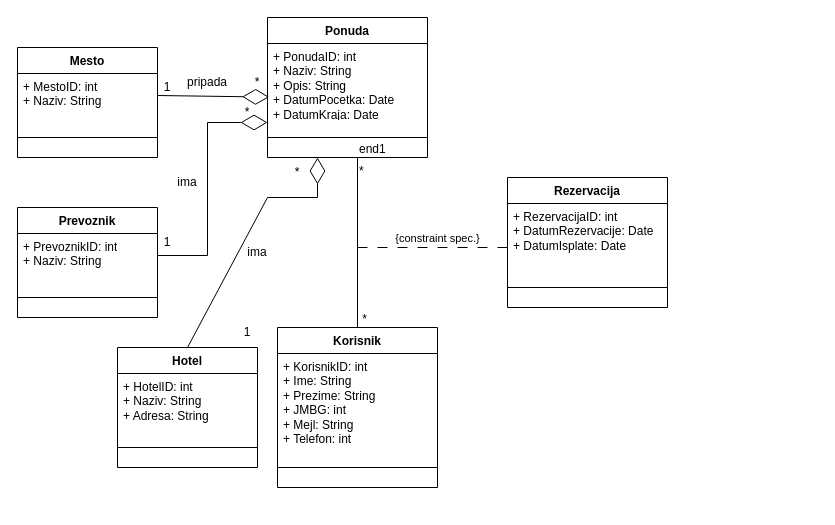
Before: Konceptualni_model.drawio in jancekk/agencija_turisticka, a draw.io diagram. Source tidied: cells renumbered, new cells numbered last; positions are measured from the earlier drawing's top-left corner, leaving out a move shared by most shapes. Both pictures are drawn from the tidied source at 100%, with x=0, y=0 at pixel (17, 17).
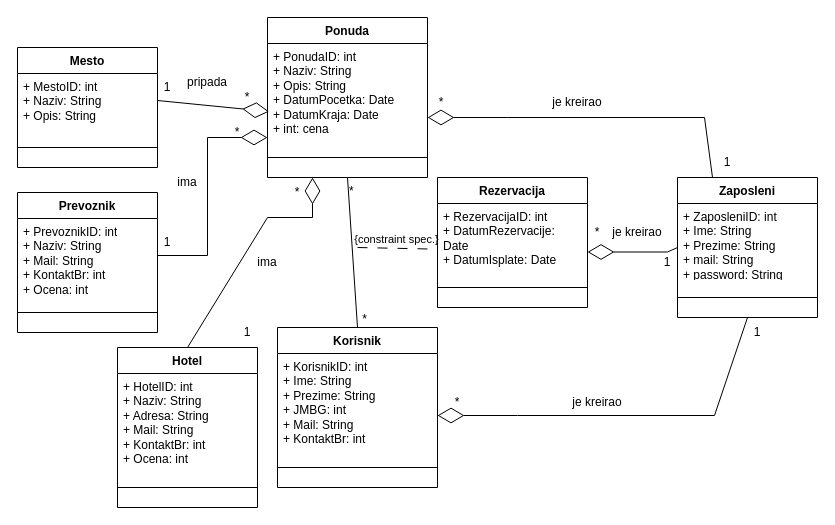
After the change.

Unchanged cells that the change refers to:
```xml
<mxCell id="26" value="Korisnik" style="swimlane;fontStyle=1;align=center;verticalAlign=top;horizontal=1;startSize=26;whiteSpace=wrap;html=1;" parent="1" vertex="1">
  <mxGeometry x="260" y="310" width="160" height="160" as="geometry" />
</mxCell>
```

Diff of the diagram source:
```diff
@@
     <mxCell id="2" value="Ponuda" style="swimlane;fontStyle=1;align=center;verticalAlign=top;horizontal=1;startSize=26;whiteSpace=wrap;html=1;" parent="1" vertex="1">
-      <mxGeometry x="250" width="160" height="140" as="geometry" />
+      <mxGeometry x="250" width="160" height="160" as="geometry" />
     </mxCell>
-    <mxCell id="3" value="+ PonudaID: int&lt;div&gt;+ Naziv: String&lt;/div&gt;&lt;div&gt;+ Opis: String&lt;/div&gt;&lt;div&gt;+ DatumPocetka: Date&lt;/div&gt;&lt;div&gt;+ DatumKraja: Date&lt;/div&gt;&lt;div&gt;&lt;br&gt;&lt;/div&gt;" style="text;strokeColor=none;fillColor=none;align=left;verticalAlign=top;spacingLeft=4;spacingRight=4;overflow=hidden;points=[[0,0.5],[1,0.5]];portConstraint=eastwest;whiteSpace=wrap;html=1;" parent="2" vertex="1">
-      <mxGeometry y="26" width="160" height="74" as="geometry" />
+    <mxCell id="3" value="+ PonudaID: int&lt;div&gt;+ Naziv: String&lt;/div&gt;&lt;div&gt;+ Opis: String&lt;/div&gt;&lt;div&gt;+ DatumPocetka: Date&lt;/div&gt;&lt;div&gt;+ DatumKraja: Date&lt;/div&gt;&lt;div&gt;+ int: cena&lt;/div&gt;&lt;div&gt;&lt;br&gt;&lt;/div&gt;" style="text;strokeColor=none;fillColor=none;align=left;verticalAlign=top;spacingLeft=4;spacingRight=4;overflow=hidden;points=[[0,0.5],[1,0.5]];portConstraint=eastwest;whiteSpace=wrap;html=1;" parent="2" vertex="1">
+      <mxGeometry y="26" width="160" height="94" as="geometry" />
     </mxCell>
     <mxCell id="4" style="line;strokeWidth=1;fillColor=none;align=left;verticalAlign=middle;spacingTop=-1;spacingLeft=3;spacingRight=3;labelPosition=right;strokeColor=inherit;" parent="2" vertex="1">
-      <mxGeometry y="100" width="160" height="40" as="geometry" />
+      <mxGeometry y="120" width="160" height="40" as="geometry" />
     </mxCell>
     <mxCell id="5" value="Mesto" style="swimlane;fontStyle=1;align=center;verticalAlign=top;horizontal=1;startSize=26;whiteSpace=wrap;html=1;" parent="1" vertex="1">
-      <mxGeometry y="30" width="140" height="110" as="geometry" />
+      <mxGeometry y="30" width="140" height="120" as="geometry" />
     </mxCell>
-    <mxCell id="6" value="+ MestoID: int&lt;div&gt;+ Naziv: String&lt;/div&gt;&lt;div&gt;&lt;br&gt;&lt;/div&gt;" style="text;strokeColor=none;fillColor=none;align=left;verticalAlign=top;spacingLeft=4;spacingRight=4;overflow=hidden;points=[[0,0.5],[1,0.5]];portConstraint=eastwest;whiteSpace=wrap;html=1;" parent="5" vertex="1">
-      <mxGeometry y="26" width="140" height="44" as="geometry" />
+    <mxCell id="6" value="+ MestoID: int&lt;div&gt;+ Naziv: String&lt;/div&gt;&lt;div&gt;+ Opis: String&lt;/div&gt;&lt;div&gt;&lt;br&gt;&lt;/div&gt;" style="text;strokeColor=none;fillColor=none;align=left;verticalAlign=top;spacingLeft=4;spacingRight=4;overflow=hidden;points=[[0,0.5],[1,0.5]];portConstraint=eastwest;whiteSpace=wrap;html=1;" parent="5" vertex="1">
+      <mxGeometry y="26" width="140" height="54" as="geometry" />
     </mxCell>
     <mxCell id="7" style="line;strokeWidth=1;fillColor=none;align=left;verticalAlign=middle;spacingTop=-1;spacingLeft=3;spacingRight=3;labelPosition=right;strokeColor=inherit;" parent="5" vertex="1">
-      <mxGeometry y="70" width="140" height="40" as="geometry" />
+      <mxGeometry y="80" width="140" height="40" as="geometry" />
     </mxCell>
@@
     <mxCell id="10" value="*" style="text;html=1;align=center;verticalAlign=middle;whiteSpace=wrap;rounded=0;" parent="1" vertex="1">
-      <mxGeometry x="210" y="50" width="60" height="30" as="geometry" />
+      <mxGeometry x="200" y="65" width="60" height="30" as="geometry" />
     </mxCell>
@@
     <mxCell id="12" value="Prevoznik" style="swimlane;fontStyle=1;align=center;verticalAlign=top;horizontal=1;startSize=26;whiteSpace=wrap;html=1;" parent="1" vertex="1">
-      <mxGeometry y="190" width="140" height="110" as="geometry" />
+      <mxGeometry y="175" width="140" height="140" as="geometry" />
     </mxCell>
-    <mxCell id="13" value="+ PrevoznikID: int&lt;div&gt;+ Naziv: String&lt;/div&gt;&lt;div&gt;&lt;br&gt;&lt;/div&gt;" style="text;strokeColor=none;fillColor=none;align=left;verticalAlign=top;spacingLeft=4;spacingRight=4;overflow=hidden;points=[[0,0.5],[1,0.5]];portConstraint=eastwest;whiteSpace=wrap;html=1;" parent="12" vertex="1">
-      <mxGeometry y="26" width="140" height="44" as="geometry" />
+    <mxCell id="13" value="+ PrevoznikID: int&lt;div&gt;+ Naziv: String&lt;/div&gt;&lt;div&gt;+ Mail: String&lt;/div&gt;&lt;div&gt;+ KontaktBr: int&lt;/div&gt;&lt;div&gt;+ Ocena: int&lt;/div&gt;&lt;div&gt;&lt;br&gt;&lt;/div&gt;" style="text;strokeColor=none;fillColor=none;align=left;verticalAlign=top;spacingLeft=4;spacingRight=4;overflow=hidden;points=[[0,0.5],[1,0.5]];portConstraint=eastwest;whiteSpace=wrap;html=1;" parent="12" vertex="1">
+      <mxGeometry y="26" width="140" height="74" as="geometry" />
     </mxCell>
     <mxCell id="14" style="line;strokeWidth=1;fillColor=none;align=left;verticalAlign=middle;spacingTop=-1;spacingLeft=3;spacingRight=3;labelPosition=right;strokeColor=inherit;" parent="12" vertex="1">
-      <mxGeometry y="70" width="140" height="40" as="geometry" />
+      <mxGeometry y="100" width="140" height="40" as="geometry" />
     </mxCell>
@@
     <mxCell id="17" value="*" style="text;html=1;align=center;verticalAlign=middle;whiteSpace=wrap;rounded=0;" parent="1" vertex="1">
-      <mxGeometry x="200" y="80" width="60" height="30" as="geometry" />
+      <mxGeometry x="190" y="100" width="60" height="30" as="geometry" />
     </mxCell>
@@
     <mxCell id="19" value="Hotel" style="swimlane;fontStyle=1;align=center;verticalAlign=top;horizontal=1;startSize=26;whiteSpace=wrap;html=1;" parent="1" vertex="1">
-      <mxGeometry x="100" y="330" width="140" height="120" as="geometry" />
+      <mxGeometry x="100" y="330" width="140" height="160" as="geometry" />
     </mxCell>
-    <mxCell id="20" value="+ HotelID: int&lt;div&gt;+ Naziv: String&lt;/div&gt;&lt;div&gt;+ Adresa: String&lt;/div&gt;&lt;div&gt;&lt;br&gt;&lt;/div&gt;" style="text;strokeColor=none;fillColor=none;align=left;verticalAlign=top;spacingLeft=4;spacingRight=4;overflow=hidden;whiteSpace=wrap;html=1;" parent="19" vertex="1">
-      <mxGeometry y="26" width="140" height="54" as="geometry" />
+    <mxCell id="20" value="+ HotelID: int&lt;div&gt;+ Naziv: String&lt;/div&gt;&lt;div&gt;+ Adresa: String&lt;/div&gt;&lt;div&gt;&lt;div&gt;+ Mail: String&lt;/div&gt;&lt;div&gt;+ KontaktBr: int&lt;/div&gt;&lt;div&gt;+ Ocena: int&lt;/div&gt;&lt;/div&gt;&lt;div&gt;&lt;br&gt;&lt;/div&gt;" style="text;strokeColor=none;fillColor=none;align=left;verticalAlign=top;spacingLeft=4;spacingRight=4;overflow=hidden;whiteSpace=wrap;html=1;" parent="19" vertex="1">
+      <mxGeometry y="26" width="140" height="94" as="geometry" />
     </mxCell>
     <mxCell id="21" style="line;strokeWidth=1;fillColor=none;align=left;verticalAlign=middle;spacingTop=-1;spacingLeft=3;spacingRight=3;labelPosition=right;strokeColor=inherit;" parent="19" vertex="1">
-      <mxGeometry y="80" width="140" height="40" as="geometry" />
+      <mxGeometry y="120" width="140" height="40" as="geometry" />
     </mxCell>
-    <mxCell id="22" style="endArrow=diamondThin;endFill=0;endSize=24;html=1;rounded=0;exitX=0.5;exitY=0;exitDx=0;exitDy=0;" parent="1" edge="1" source="19">
+    <mxCell id="22" style="endArrow=diamondThin;endFill=0;endSize=24;html=1;rounded=0;exitX=0.5;exitY=0;exitDx=0;exitDy=0;entryX=0.75;entryY=0;entryDx=0;entryDy=0;" parent="1" edge="1" source="19" target="25">
       <mxGeometry relative="1" as="geometry">
-        <mxPoint x="300" y="140" as="targetPoint" />
         <Array as="points">
-          <mxPoint x="250" y="180" />
-          <mxPoint x="300" y="180" />
+          <mxPoint x="250" y="200" />
+          <mxPoint x="295" y="200" />
         </Array>
       </mxGeometry>
     </mxCell>
     <mxCell id="23" value="ima" style="text;html=1;align=center;verticalAlign=middle;whiteSpace=wrap;rounded=0;" parent="1" vertex="1">
-      <mxGeometry x="210" y="220" width="60" height="30" as="geometry" />
+      <mxGeometry x="220" y="230" width="60" height="30" as="geometry" />
     </mxCell>
@@
     <mxCell id="25" value="*" style="text;html=1;align=center;verticalAlign=middle;whiteSpace=wrap;rounded=0;" parent="1" vertex="1">
-      <mxGeometry x="250" y="140" width="60" height="30" as="geometry" />
+      <mxGeometry x="250" y="160" width="60" height="30" as="geometry" />
     </mxCell>
@@
-    <mxCell id="27" value="+ KorisnikID: int&lt;div&gt;+ Ime: String&lt;/div&gt;&lt;div&gt;+ Prezime: String&lt;/div&gt;&lt;div&gt;+ JMBG: int&lt;/div&gt;&lt;div&gt;+ Mejl: String&lt;/div&gt;&lt;div&gt;+ Telefon: int&lt;/div&gt;&lt;div&gt;&lt;br&gt;&lt;/div&gt;" style="text;strokeColor=none;fillColor=none;align=left;verticalAlign=top;spacingLeft=4;spacingRight=4;overflow=hidden;whiteSpace=wrap;html=1;" parent="26" vertex="1">
+    <mxCell id="27" value="+ KorisnikID: int&lt;div&gt;+ Ime: String&lt;/div&gt;&lt;div&gt;+ Prezime: String&lt;/div&gt;&lt;div&gt;+ JMBG: int&lt;/div&gt;&lt;div&gt;+ Mail: String&lt;/div&gt;&lt;div&gt;+ KontaktBr: int&lt;/div&gt;&lt;div&gt;&lt;br&gt;&lt;/div&gt;" style="text;strokeColor=none;fillColor=none;align=left;verticalAlign=top;spacingLeft=4;spacingRight=4;overflow=hidden;whiteSpace=wrap;html=1;" parent="26" vertex="1">
       <mxGeometry y="26" width="160" height="94" as="geometry" />
     </mxCell>
@@
-    <mxCell id="29" style="endArrow=none;html=1;rounded=0;align=center;verticalAlign=top;endFill=0;labelBackgroundColor=none;entryX=0.5;entryY=0;entryDx=0;entryDy=0;" parent="1" edge="1" target="26">
-      <mxGeometry relative="1" as="geometry">
-        <mxPoint x="340" y="140" as="sourcePoint" />
-      </mxGeometry>
+    <mxCell id="29" style="endArrow=none;html=1;rounded=0;align=center;verticalAlign=top;endFill=0;labelBackgroundColor=none;entryX=0.5;entryY=0;entryDx=0;entryDy=0;exitX=0.5;exitY=1;exitDx=0;exitDy=0;" parent="1" edge="1" source="2" target="26">
+      <mxGeometry relative="1" as="geometry" />
     </mxCell>
-    <mxCell id="30" value="end1" style="html=1;align=left;verticalAlign=bottom;labelBackgroundColor=none;" parent="29" vertex="1">
-      <mxGeometry x="-1" relative="1" as="geometry" />
-    </mxCell>
@@
-    <mxCell id="33" value="{constraint spec.}" style="endArrow=none;startArrow=none;endFill=0;startFill=0;endSize=8;html=1;verticalAlign=bottom;dashed=1;labelBackgroundColor=none;dashPattern=10 10;rounded=0;" parent="1" edge="1">
+    <mxCell id="33" value="{constraint spec.}" style="endArrow=none;startArrow=none;endFill=0;startFill=0;endSize=8;html=1;verticalAlign=bottom;dashed=1;labelBackgroundColor=none;dashPattern=10 10;rounded=0;entryX=-0.012;entryY=0.713;entryDx=0;entryDy=0;entryPerimeter=0;" parent="1" edge="1" target="35">
       <mxGeometry relative="1" as="geometry">
         <mxPoint x="340" y="230" as="sourcePoint" />
-        <mxPoint x="500" y="230" as="targetPoint" />
       </mxGeometry>
     </mxCell>
     <mxCell id="34" value="Rezervacija" style="swimlane;fontStyle=1;align=center;verticalAlign=top;horizontal=1;startSize=26;whiteSpace=wrap;html=1;" parent="1" vertex="1">
-      <mxGeometry x="490" y="160" width="160" height="130" as="geometry" />
+      <mxGeometry x="420" y="160" width="150" height="130" as="geometry" />
     </mxCell>
     <mxCell id="35" value="+ RezervacijaID: int&lt;div&gt;+ DatumRezervacije: Date&lt;/div&gt;&lt;div&gt;+ DatumIsplate: Date&lt;/div&gt;&lt;div&gt;&lt;br&gt;&lt;/div&gt;" style="text;strokeColor=none;fillColor=none;align=left;verticalAlign=top;spacingLeft=4;spacingRight=4;overflow=hidden;points=[[0,0.5],[1,0.5]];portConstraint=eastwest;whiteSpace=wrap;html=1;" parent="34" vertex="1">
-      <mxGeometry y="26" width="160" height="64" as="geometry" />
+      <mxGeometry y="26" width="150" height="64" as="geometry" />
     </mxCell>
     <mxCell id="36" style="line;strokeWidth=1;fillColor=none;align=left;verticalAlign=middle;spacingTop=-1;spacingLeft=3;spacingRight=3;labelPosition=right;strokeColor=inherit;" parent="34" vertex="1">
-      <mxGeometry y="90" width="160" height="40" as="geometry" />
+      <mxGeometry y="90" width="150" height="40" as="geometry" />
     </mxCell>
+    <mxCell id="37" value="Zaposleni" style="swimlane;fontStyle=1;align=center;verticalAlign=top;horizontal=1;startSize=26;whiteSpace=wrap;html=1;" parent="1" vertex="1">
+      <mxGeometry x="660" y="160" width="140" height="140" as="geometry" />
+    </mxCell>
+    <mxCell id="38" value="+ ZaposleniID: int&lt;div&gt;+ Ime: String&lt;/div&gt;&lt;div&gt;+ Prezime: String&lt;br&gt;&lt;div&gt;+ mail: String&lt;/div&gt;&lt;div&gt;+ password: String&lt;/div&gt;&lt;div&gt;&lt;br&gt;&lt;/div&gt;&lt;/div&gt;" style="text;strokeColor=none;fillColor=none;align=left;verticalAlign=top;spacingLeft=4;spacingRight=4;overflow=hidden;points=[[0,0.5],[1,0.5]];portConstraint=eastwest;whiteSpace=wrap;html=1;" parent="37" vertex="1">
+      <mxGeometry y="26" width="140" height="74" as="geometry" />
+    </mxCell>
+    <mxCell id="39" style="line;strokeWidth=1;fillColor=none;align=left;verticalAlign=middle;spacingTop=-1;spacingLeft=3;spacingRight=3;labelPosition=right;strokeColor=inherit;" parent="37" vertex="1">
+      <mxGeometry y="100" width="140" height="40" as="geometry" />
+    </mxCell>
+    <mxCell id="40" style="endArrow=diamondThin;endFill=0;endSize=24;html=1;rounded=0;exitX=0.25;exitY=0;exitDx=0;exitDy=0;" parent="1" edge="1" source="37">
+      <mxGeometry relative="1" as="geometry">
+        <mxPoint x="410" y="100" as="targetPoint" />
+        <Array as="points">
+          <mxPoint x="687" y="100" />
+          <mxPoint x="490" y="100" />
+        </Array>
+      </mxGeometry>
+    </mxCell>
+    <mxCell id="41" value="je kreirao" style="text;html=1;align=center;verticalAlign=middle;whiteSpace=wrap;rounded=0;" parent="1" vertex="1">
+      <mxGeometry x="530" y="70" width="60" height="30" as="geometry" />
+    </mxCell>
+    <mxCell id="42" style="endArrow=diamondThin;endFill=0;endSize=24;html=1;rounded=0;exitX=0.5;exitY=1;exitDx=0;exitDy=0;" parent="1" edge="1" source="37">
+      <mxGeometry relative="1" as="geometry">
+        <mxPoint x="420" y="398" as="targetPoint" />
+        <Array as="points">
+          <mxPoint x="697" y="398" />
+          <mxPoint x="500" y="398" />
+        </Array>
+      </mxGeometry>
+    </mxCell>
+    <mxCell id="43" value="je kreirao" style="text;html=1;align=center;verticalAlign=middle;whiteSpace=wrap;rounded=0;" parent="1" vertex="1">
+      <mxGeometry x="550" y="370" width="60" height="30" as="geometry" />
+    </mxCell>
+    <mxCell id="44" style="endArrow=diamondThin;endFill=0;endSize=24;html=1;rounded=0;exitX=0;exitY=0.595;exitDx=0;exitDy=0;exitPerimeter=0;" parent="1" edge="1" source="38">
+      <mxGeometry relative="1" as="geometry">
+        <mxPoint x="570" y="234.5" as="targetPoint" />
+        <Array as="points">
+          <mxPoint x="650" y="234.5" />
+        </Array>
+      </mxGeometry>
+    </mxCell>
+    <mxCell id="45" value="je kreirao" style="text;html=1;align=center;verticalAlign=middle;whiteSpace=wrap;rounded=0;" parent="1" vertex="1">
+      <mxGeometry x="590" y="200" width="60" height="30" as="geometry" />
+    </mxCell>
+    <mxCell id="46" value="1" style="text;html=1;align=center;verticalAlign=middle;whiteSpace=wrap;rounded=0;" parent="1" vertex="1">
+      <mxGeometry x="680" y="130" width="60" height="30" as="geometry" />
+    </mxCell>
+    <mxCell id="47" value="1" style="text;html=1;align=center;verticalAlign=middle;whiteSpace=wrap;rounded=0;" parent="1" vertex="1">
+      <mxGeometry x="620" y="230" width="60" height="30" as="geometry" />
+    </mxCell>
+    <mxCell id="48" value="1" style="text;html=1;align=center;verticalAlign=middle;whiteSpace=wrap;rounded=0;" parent="1" vertex="1">
+      <mxGeometry x="710" y="300" width="60" height="30" as="geometry" />
+    </mxCell>
+    <mxCell id="49" value="*" style="text;html=1;align=center;verticalAlign=middle;whiteSpace=wrap;rounded=0;" parent="1" vertex="1">
+      <mxGeometry x="394" y="70" width="60" height="30" as="geometry" />
+    </mxCell>
+    <mxCell id="50" value="*" style="text;html=1;align=center;verticalAlign=middle;whiteSpace=wrap;rounded=0;" parent="1" vertex="1">
+      <mxGeometry x="550" y="200" width="60" height="30" as="geometry" />
+    </mxCell>
+    <mxCell id="51" value="*" style="text;html=1;align=center;verticalAlign=middle;whiteSpace=wrap;rounded=0;" parent="1" vertex="1">
+      <mxGeometry x="410" y="370" width="60" height="30" as="geometry" />
+    </mxCell>
```
